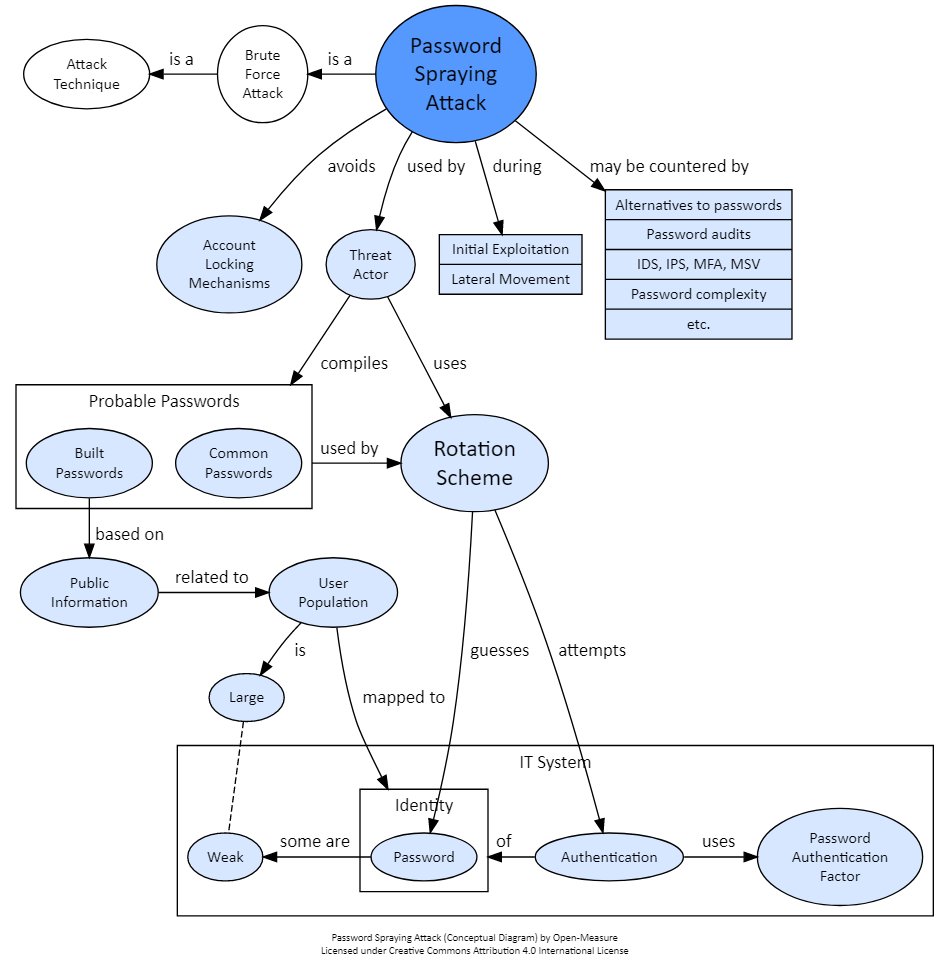
Before: Dictionary/password-spraying-attack.png, a diagram exported from Graphviz (Open-Measure/Graphviz-Models). Its source is kept beside it as Dictionary/password-spraying-attack.gv.
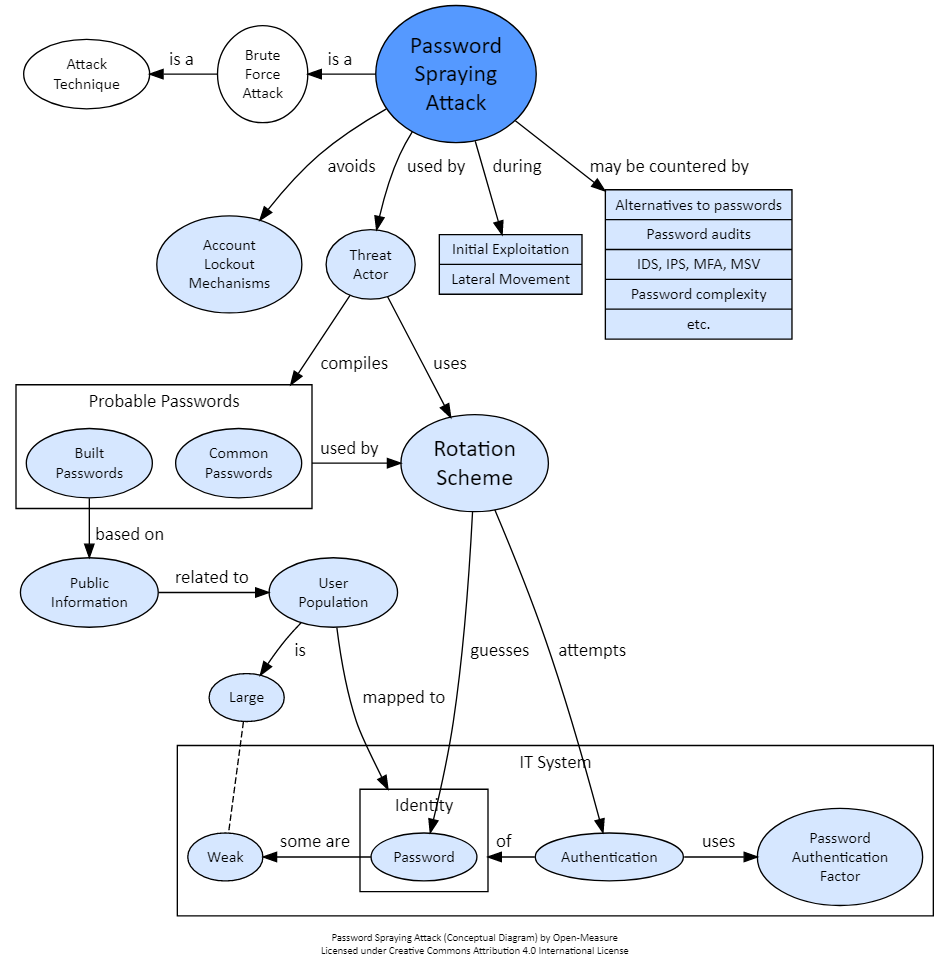
Later version of the same file.

Change to the diagram source:
```diff
@@ -22,7 +22,7 @@
 
 	# Distinctive Characteristics
 	#n_pwd_spraying_attack -> n_password [label="  targets  ", lhead=cluster_it_system];
-	n_locking [label="Account\nLocking\nMechanisms"];
+	n_locking [label="Account\nLockout\nMechanisms"];
 	n_pwd_spraying_attack -> n_locking [weight=10, label="  avoids  "];
 	subgraph cluster_it_system {
 		color=black;
```
